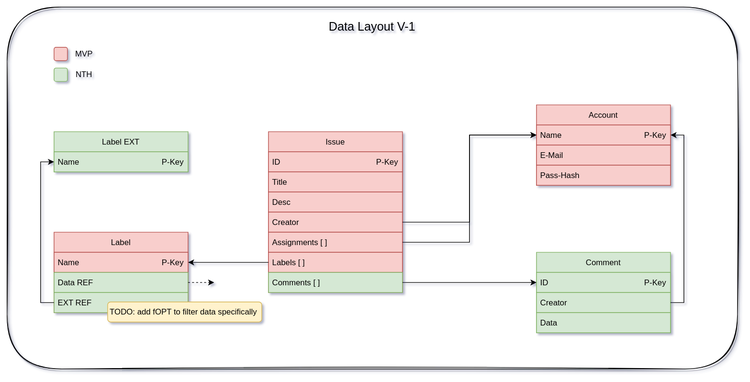
julilili42/ViewBoard keeps this draw.io diagram as prototyping/Data_Layout.svg. Above is the earlier version. Source tidied: cells renumbered, new cells last; positions are measured from the earlier drawing's top-left corner, leaving out a move shared by most shapes.
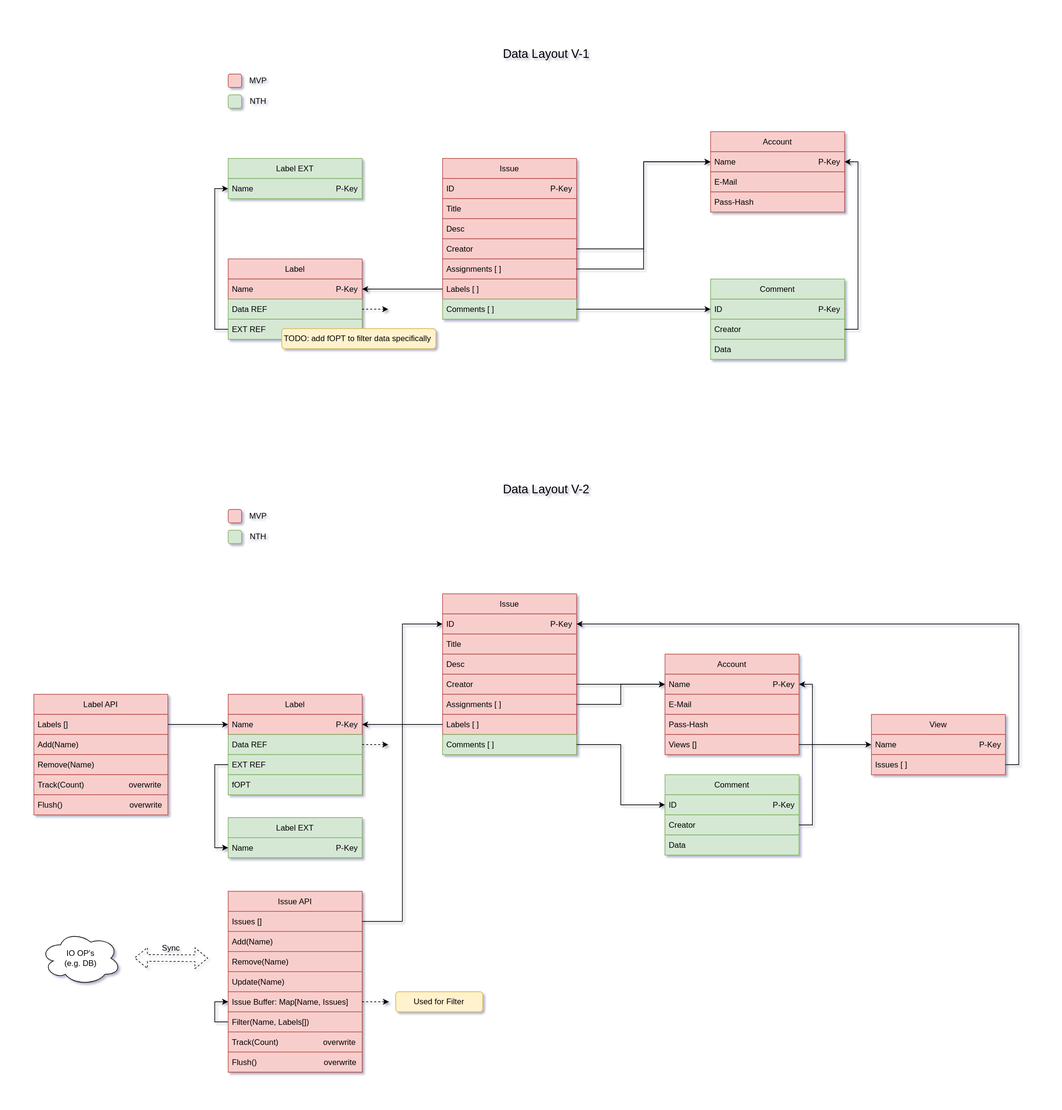
After the commit.

The edit, as a diff of the source:
```diff
@@ -2,9 +2,6 @@
   <root>
     <mxCell id="0" />
     <mxCell id="1" parent="0" />
-    <mxCell id="2" style="rounded=1;whiteSpace=wrap;html=1;hachureGap=4;fontFamily=Architects Daughter;fontSource=https%3A%2F%2Ffonts.googleapis.com%2Fcss%3Ffamily%3DArchitects%2BDaughter;fontSize=20;glass=0;sketch=1;shadow=1;fillColor=none;" parent="1" vertex="1">
-      <mxGeometry width="1090" height="540" as="geometry" />
-    </mxCell>
     <mxCell id="3" value="Account" style="swimlane;fontStyle=0;horizontal=1;startSize=30;swimlaneFillColor=default;fillColor=#f8cecc;strokeColor=#b85450;" parent="1" vertex="1">
       <mxGeometry x="790" y="146" width="200" height="120" as="geometry" />
     </mxCell>
@@ -112,5 +109,209 @@
     <mxCell id="37" value="TODO: add fOPT to filter data specifically&amp;nbsp;" style="text;html=1;align=center;verticalAlign=middle;whiteSpace=wrap;rounded=1;fillColor=#fff2cc;strokeColor=#d6b656;" parent="1" vertex="1">
       <mxGeometry x="150" y="440" width="230" height="30" as="geometry" />
     </mxCell>
+    <mxCell id="38" value="Account" style="swimlane;fontStyle=0;horizontal=1;startSize=30;swimlaneFillColor=default;fillColor=#f8cecc;strokeColor=#b85450;" parent="1" vertex="1">
+      <mxGeometry x="722" y="926" width="200" height="150" as="geometry" />
+    </mxCell>
+    <mxCell id="39" value="Name                                     P-Key" style="text;strokeColor=#b85450;fillColor=#f8cecc;align=left;verticalAlign=middle;spacingLeft=4;spacingRight=4;overflow=hidden;points=[[0,0.5],[1,0.5]];portConstraint=eastwest;" parent="38" vertex="1">
+      <mxGeometry y="30" width="200" height="30" as="geometry" />
+    </mxCell>
+    <mxCell id="40" value="E-Mail" style="text;strokeColor=#b85450;fillColor=#f8cecc;align=left;verticalAlign=middle;spacingLeft=4;spacingRight=4;overflow=hidden;" parent="38" vertex="1">
+      <mxGeometry y="60" width="200" height="30" as="geometry" />
+    </mxCell>
+    <mxCell id="41" value="Pass-Hash" style="text;strokeColor=#b85450;fillColor=#f8cecc;align=left;verticalAlign=middle;spacingLeft=4;spacingRight=4;overflow=hidden;" parent="38" vertex="1">
+      <mxGeometry y="90" width="200" height="30" as="geometry" />
+    </mxCell>
+    <mxCell id="42" value="Views []" style="text;strokeColor=#b85450;fillColor=#f8cecc;align=left;verticalAlign=middle;spacingLeft=4;spacingRight=4;overflow=hidden;points=[[0,0.5],[1,0.5]];portConstraint=eastwest;" parent="38" vertex="1">
+      <mxGeometry y="120" width="200" height="30" as="geometry" />
+    </mxCell>
+    <mxCell id="43" value="Issue" style="swimlane;fontStyle=0;horizontal=1;startSize=30;swimlaneFillColor=default;fillColor=#f8cecc;strokeColor=#b85450;" parent="1" vertex="1">
+      <mxGeometry x="390" y="836" width="200" height="240" as="geometry" />
+    </mxCell>
+    <mxCell id="44" value="ID                                           P-Key" style="text;strokeColor=#b85450;fillColor=#f8cecc;align=left;verticalAlign=middle;spacingLeft=4;spacingRight=4;overflow=hidden;points=[[0,0.5],[1,0.5]];portConstraint=eastwest;" parent="43" vertex="1">
+      <mxGeometry y="30" width="200" height="30" as="geometry" />
+    </mxCell>
+    <mxCell id="45" value="Title" style="text;strokeColor=#b85450;fillColor=#f8cecc;align=left;verticalAlign=middle;spacingLeft=4;spacingRight=4;overflow=hidden;" parent="43" vertex="1">
+      <mxGeometry y="60" width="200" height="30" as="geometry" />
+    </mxCell>
+    <mxCell id="46" value="Desc" style="text;strokeColor=#b85450;fillColor=#f8cecc;align=left;verticalAlign=middle;spacingLeft=4;spacingRight=4;overflow=hidden;" parent="43" vertex="1">
+      <mxGeometry y="90" width="200" height="30" as="geometry" />
+    </mxCell>
+    <mxCell id="47" value="Creator" style="text;strokeColor=#b85450;fillColor=#f8cecc;align=left;verticalAlign=middle;spacingLeft=4;spacingRight=4;overflow=hidden;points=[[0,0.5],[1,0.5]];portConstraint=eastwest;" parent="43" vertex="1">
+      <mxGeometry y="120" width="200" height="30" as="geometry" />
+    </mxCell>
+    <mxCell id="48" value="Assignments [ ]" style="text;strokeColor=#b85450;fillColor=#f8cecc;align=left;verticalAlign=middle;spacingLeft=4;spacingRight=4;overflow=hidden;points=[[0,0.5],[1,0.5]];portConstraint=eastwest;" parent="43" vertex="1">
+      <mxGeometry y="150" width="200" height="30" as="geometry" />
+    </mxCell>
+    <mxCell id="49" value="Labels [ ]" style="text;strokeColor=#b85450;fillColor=#f8cecc;align=left;verticalAlign=middle;spacingLeft=4;spacingRight=4;overflow=hidden;points=[[0,0.5],[1,0.5]];portConstraint=eastwest;" parent="43" vertex="1">
+      <mxGeometry y="180" width="200" height="30" as="geometry" />
+    </mxCell>
+    <mxCell id="50" value="Comments [ ]" style="text;strokeColor=#82b366;fillColor=#d5e8d4;align=left;verticalAlign=middle;spacingLeft=4;spacingRight=4;overflow=hidden;points=[[0,0.5],[1,0.5]];portConstraint=eastwest;" parent="43" vertex="1">
+      <mxGeometry y="210" width="200" height="30" as="geometry" />
+    </mxCell>
+    <mxCell id="51" value="Label" style="swimlane;fontStyle=0;horizontal=1;startSize=30;swimlaneFillColor=default;fillColor=#f8cecc;strokeColor=#b85450;" parent="1" vertex="1">
+      <mxGeometry x="70" y="986" width="200" height="150" as="geometry" />
+    </mxCell>
+    <mxCell id="52" value="Name                                     P-Key" style="text;strokeColor=#b85450;fillColor=#f8cecc;align=left;verticalAlign=middle;spacingLeft=4;spacingRight=4;overflow=hidden;points=[[0,0.5],[1,0.5]];portConstraint=eastwest;" parent="51" vertex="1">
+      <mxGeometry y="30" width="200" height="30" as="geometry" />
+    </mxCell>
+    <mxCell id="53" value="Data REF" style="text;strokeColor=#82b366;fillColor=#d5e8d4;align=left;verticalAlign=middle;spacingLeft=4;spacingRight=4;overflow=hidden;points=[[0,0.5],[1,0.5]];portConstraint=eastwest;" parent="51" vertex="1">
+      <mxGeometry y="60" width="200" height="30" as="geometry" />
+    </mxCell>
+    <mxCell id="54" value="EXT REF" style="text;strokeColor=#82b366;fillColor=#d5e8d4;align=left;verticalAlign=middle;spacingLeft=4;spacingRight=4;overflow=hidden;points=[[0,0.5],[1,0.5]];portConstraint=eastwest;" parent="51" vertex="1">
+      <mxGeometry y="90" width="200" height="30" as="geometry" />
+    </mxCell>
+    <mxCell id="55" value="fOPT" style="text;strokeColor=#82b366;fillColor=#d5e8d4;align=left;verticalAlign=middle;spacingLeft=4;spacingRight=4;overflow=hidden;" parent="51" vertex="1">
+      <mxGeometry y="120" width="200" height="30" as="geometry" />
+    </mxCell>
+    <mxCell id="56" style="edgeStyle=orthogonalEdgeStyle;rounded=0;jettySize=auto;html=1;exitX=0;exitY=0.5;exitDx=0;exitDy=0;entryX=1;entryY=0.5;entryDx=0;entryDy=0;" parent="1" edge="1" source="49" target="52">
+      <mxGeometry relative="1" as="geometry" />
+    </mxCell>
+    <mxCell id="57" style="edgeStyle=orthogonalEdgeStyle;rounded=0;jettySize=auto;html=1;exitX=1;exitY=0.5;exitDx=0;exitDy=0;entryX=0;entryY=0.5;entryDx=0;entryDy=0;" parent="1" edge="1" source="47" target="39">
+      <mxGeometry relative="1" as="geometry" />
+    </mxCell>
+    <mxCell id="58" style="edgeStyle=orthogonalEdgeStyle;rounded=0;jettySize=auto;html=1;exitX=1;exitY=0.5;exitDx=0;exitDy=0;entryX=0;entryY=0.5;entryDx=0;entryDy=0;" parent="1" edge="1" source="48" target="39">
+      <mxGeometry relative="1" as="geometry" />
+    </mxCell>
+    <mxCell id="59" value="Label EXT" style="swimlane;fontStyle=0;horizontal=1;startSize=30;swimlaneFillColor=default;fillColor=#d5e8d4;strokeColor=#82b366;" parent="1" vertex="1">
+      <mxGeometry x="70" y="1170" width="200" height="60" as="geometry" />
+    </mxCell>
+    <mxCell id="60" value="Name                                     P-Key" style="text;strokeColor=#82b366;fillColor=#d5e8d4;align=left;verticalAlign=middle;spacingLeft=4;spacingRight=4;overflow=hidden;points=[[0,0.5],[1,0.5]];portConstraint=eastwest;" parent="59" vertex="1">
+      <mxGeometry y="30" width="200" height="30" as="geometry" />
+    </mxCell>
+    <mxCell id="61" style="edgeStyle=orthogonalEdgeStyle;rounded=0;jettySize=auto;html=1;exitX=0;exitY=0.5;exitDx=0;exitDy=0;entryX=0;entryY=0.5;entryDx=0;entryDy=0;" parent="1" edge="1" source="54" target="60">
+      <mxGeometry relative="1" as="geometry" />
+    </mxCell>
+    <mxCell id="62" value="Comment" style="swimlane;fontStyle=0;horizontal=1;startSize=30;swimlaneFillColor=default;fillColor=#d5e8d4;strokeColor=#82b366;" parent="1" vertex="1">
+      <mxGeometry x="722" y="1106" width="200" height="120" as="geometry" />
+    </mxCell>
+    <mxCell id="63" value="ID                                           P-Key" style="text;strokeColor=#82b366;fillColor=#d5e8d4;align=left;verticalAlign=middle;spacingLeft=4;spacingRight=4;overflow=hidden;points=[[0,0.5],[1,0.5]];portConstraint=eastwest;" parent="62" vertex="1">
+      <mxGeometry y="30" width="200" height="30" as="geometry" />
+    </mxCell>
+    <mxCell id="64" value="Creator" style="text;strokeColor=#82b366;fillColor=#d5e8d4;align=left;verticalAlign=middle;spacingLeft=4;spacingRight=4;overflow=hidden;points=[[0,0.5],[1,0.5]];portConstraint=eastwest;" parent="62" vertex="1">
+      <mxGeometry y="60" width="200" height="30" as="geometry" />
+    </mxCell>
+    <mxCell id="65" value="Data" style="text;strokeColor=#82b366;fillColor=#d5e8d4;align=left;verticalAlign=middle;spacingLeft=4;spacingRight=4;overflow=hidden;" parent="62" vertex="1">
+      <mxGeometry y="90" width="200" height="30" as="geometry" />
+    </mxCell>
+    <mxCell id="66" style="rounded=1;whiteSpace=wrap;html=1;strokeColor=#b85450;fillColor=#f8cecc;" parent="1" vertex="1">
+      <mxGeometry x="70" y="710" width="20" height="20" as="geometry" />
+    </mxCell>
+    <mxCell id="67" value="MVP" style="text;html=1;strokeColor=none;fillColor=none;align=center;verticalAlign=middle;whiteSpace=wrap;rounded=0;" parent="1" vertex="1">
+      <mxGeometry x="90" y="710" width="50" height="20" as="geometry" />
+    </mxCell>
+    <mxCell id="68" style="rounded=1;whiteSpace=wrap;html=1;strokeColor=#82b366;fillColor=#d5e8d4;" parent="1" vertex="1">
+      <mxGeometry x="70" y="741" width="20" height="20" as="geometry" />
+    </mxCell>
+    <mxCell id="69" value="NTH" style="text;html=1;strokeColor=none;fillColor=none;align=center;verticalAlign=middle;whiteSpace=wrap;rounded=0;" parent="1" vertex="1">
+      <mxGeometry x="90" y="741" width="50" height="20" as="geometry" />
+    </mxCell>
+    <mxCell id="70" style="edgeStyle=orthogonalEdgeStyle;rounded=0;jettySize=auto;html=1;exitX=1;exitY=0.5;exitDx=0;exitDy=0;entryX=0;entryY=0.5;entryDx=0;entryDy=0;" parent="1" edge="1" source="50" target="63">
+      <mxGeometry relative="1" as="geometry" />
+    </mxCell>
+    <mxCell id="71" style="edgeStyle=orthogonalEdgeStyle;rounded=0;jettySize=auto;html=1;exitX=1;exitY=0.5;exitDx=0;exitDy=0;entryX=1;entryY=0.5;entryDx=0;entryDy=0;" parent="1" edge="1" source="64" target="39">
+      <mxGeometry relative="1" as="geometry" />
+    </mxCell>
+    <mxCell id="72" value="Data Layout V-2" style="text;html=1;strokeColor=none;fillColor=none;align=center;verticalAlign=middle;whiteSpace=wrap;rounded=0;fontSize=18;" parent="1" vertex="1">
+      <mxGeometry y="650" width="1090" height="60" as="geometry" />
+    </mxCell>
+    <mxCell id="73" style="edgeStyle=orthogonalEdgeStyle;rounded=0;jettySize=auto;html=1;exitX=1;exitY=0.5;exitDx=0;exitDy=0;dashed=1;" parent="1" edge="1" source="53">
+      <mxGeometry relative="1" as="geometry">
+        <mxPoint x="309" y="1061" as="targetPoint" />
+      </mxGeometry>
+    </mxCell>
+    <mxCell id="74" value="View" style="swimlane;fontStyle=0;horizontal=1;startSize=30;swimlaneFillColor=default;fillColor=#f8cecc;strokeColor=#b85450;" parent="1" vertex="1">
+      <mxGeometry x="1030" y="1016" width="200" height="90" as="geometry" />
+    </mxCell>
+    <mxCell id="75" value="Name                                     P-Key" style="text;strokeColor=#b85450;fillColor=#f8cecc;align=left;verticalAlign=middle;spacingLeft=4;spacingRight=4;overflow=hidden;points=[[0,0.5],[1,0.5]];portConstraint=eastwest;" parent="74" vertex="1">
+      <mxGeometry y="30" width="200" height="30" as="geometry" />
+    </mxCell>
+    <mxCell id="76" value="Issues [ ]" style="text;strokeColor=#b85450;fillColor=#f8cecc;align=left;verticalAlign=middle;spacingLeft=4;spacingRight=4;overflow=hidden;points=[[0,0.5],[1,0.5]];portConstraint=eastwest;" parent="74" vertex="1">
+      <mxGeometry y="60" width="200" height="30" as="geometry" />
+    </mxCell>
+    <mxCell id="77" style="edgeStyle=orthogonalEdgeStyle;rounded=0;jettySize=auto;html=1;exitX=1;exitY=0.5;exitDx=0;exitDy=0;entryX=0;entryY=0.5;entryDx=0;entryDy=0;" parent="1" edge="1" source="42" target="75">
+      <mxGeometry relative="1" as="geometry" />
+    </mxCell>
+    <mxCell id="78" style="edgeStyle=orthogonalEdgeStyle;rounded=0;jettySize=auto;html=1;exitX=1;exitY=0.5;exitDx=0;exitDy=0;entryX=1;entryY=0.5;entryDx=0;entryDy=0;" parent="1" edge="1" source="76" target="44">
+      <mxGeometry relative="1" as="geometry" />
+    </mxCell>
+    <mxCell id="79" value="IO OP's&lt;br&gt;(e.g. DB)" style="ellipse;shape=cloud;whiteSpace=wrap;html=1;" parent="1" vertex="1">
+      <mxGeometry x="-210" y="1340" width="120" height="80" as="geometry" />
+    </mxCell>
+    <mxCell id="80" style="shape=flexArrow;endArrow=classic;startArrow=classic;html=1;rounded=0;dashed=1;" parent="1" edge="1">
+      <mxGeometry relative="1" as="geometry">
+        <mxPoint x="-70" y="1379.5" as="sourcePoint" />
+        <mxPoint x="40" y="1380" as="targetPoint" />
+      </mxGeometry>
+    </mxCell>
+    <mxCell id="81" value="Issue API" style="swimlane;fontStyle=0;horizontal=1;startSize=30;swimlaneFillColor=default;fillColor=#f8cecc;strokeColor=#b85450;" parent="1" vertex="1">
+      <mxGeometry x="70" y="1280" width="200" height="270" as="geometry" />
+    </mxCell>
+    <mxCell id="82" value="Issues []" style="text;strokeColor=#b85450;fillColor=#f8cecc;align=left;verticalAlign=middle;spacingLeft=4;spacingRight=4;overflow=hidden;points=[[0,0.5],[1,0.5]];portConstraint=eastwest;" parent="81" vertex="1">
+      <mxGeometry y="30" width="200" height="30" as="geometry" />
+    </mxCell>
+    <mxCell id="83" value="Add(Name)" style="text;strokeColor=#b85450;fillColor=#f8cecc;align=left;verticalAlign=middle;spacingLeft=4;spacingRight=4;overflow=hidden;" parent="81" vertex="1">
+      <mxGeometry y="60" width="200" height="30" as="geometry" />
+    </mxCell>
+    <mxCell id="84" value="Remove(Name)" style="text;strokeColor=#b85450;fillColor=#f8cecc;align=left;verticalAlign=middle;spacingLeft=4;spacingRight=4;overflow=hidden;" parent="81" vertex="1">
+      <mxGeometry y="90" width="200" height="30" as="geometry" />
+    </mxCell>
+    <mxCell id="85" value="Update(Name)" style="text;strokeColor=#b85450;fillColor=#f8cecc;align=left;verticalAlign=middle;spacingLeft=4;spacingRight=4;overflow=hidden;" parent="81" vertex="1">
+      <mxGeometry y="120" width="200" height="30" as="geometry" />
+    </mxCell>
+    <mxCell id="86" value="Issue Buffer: Map[Name, Issues]" style="text;strokeColor=#b85450;fillColor=#f8cecc;align=left;verticalAlign=middle;spacingLeft=4;spacingRight=4;overflow=hidden;points=[[0,0.5],[1,0.5]];portConstraint=eastwest;" parent="81" vertex="1">
+      <mxGeometry y="150" width="200" height="30" as="geometry" />
+    </mxCell>
+    <mxCell id="87" style="edgeStyle=orthogonalEdgeStyle;rounded=0;jettySize=auto;html=1;exitX=0;exitY=0.5;exitDx=0;exitDy=0;entryX=0;entryY=0.5;entryDx=0;entryDy=0;endArrow=classic;endFill=1;" parent="81" edge="1" source="88" target="86">
+      <mxGeometry relative="1" as="geometry">
+        <Array as="points">
+          <mxPoint x="-20" y="195" />
+          <mxPoint x="-20" y="165" />
+        </Array>
+      </mxGeometry>
+    </mxCell>
+    <mxCell id="88" value="Filter(Name, Labels[])" style="text;strokeColor=#b85450;fillColor=#f8cecc;align=left;verticalAlign=middle;spacingLeft=4;spacingRight=4;overflow=hidden;points=[[0,0.5],[1,0.5]];portConstraint=eastwest;" parent="81" vertex="1">
+      <mxGeometry y="180" width="200" height="30" as="geometry" />
+    </mxCell>
+    <mxCell id="89" value="Track(Count)                    overwrite" style="text;strokeColor=#b85450;fillColor=#f8cecc;align=left;verticalAlign=middle;spacingLeft=4;spacingRight=4;overflow=hidden;" parent="81" vertex="1">
+      <mxGeometry y="210" width="200" height="30" as="geometry" />
+    </mxCell>
+    <mxCell id="90" value="Flush()                              overwrite" style="text;strokeColor=#b85450;fillColor=#f8cecc;align=left;verticalAlign=middle;spacingLeft=4;spacingRight=4;overflow=hidden;" parent="81" vertex="1">
+      <mxGeometry y="240" width="200" height="30" as="geometry" />
+    </mxCell>
+    <mxCell id="91" value="Used for Filter" style="text;html=1;align=center;verticalAlign=middle;whiteSpace=wrap;rounded=1;fillColor=#fff2cc;strokeColor=#d6b656;" parent="1" vertex="1">
+      <mxGeometry x="320" y="1430" width="130" height="30" as="geometry" />
+    </mxCell>
+    <mxCell id="92" value="Sync" style="text;html=1;strokeColor=none;fillColor=none;align=center;verticalAlign=middle;whiteSpace=wrap;rounded=0;" parent="1" vertex="1">
+      <mxGeometry x="-50" y="1360" width="70" height="10" as="geometry" />
+    </mxCell>
+    <mxCell id="93" style="edgeStyle=orthogonalEdgeStyle;rounded=0;jettySize=auto;html=1;exitX=1;exitY=0.5;exitDx=0;exitDy=0;entryX=0;entryY=0.5;entryDx=0;entryDy=0;endArrow=classic;endFill=1;" parent="1" edge="1" source="82" target="44">
+      <mxGeometry relative="1" as="geometry" />
+    </mxCell>
+    <mxCell id="94" value="Label API" style="swimlane;fontStyle=0;horizontal=1;startSize=30;swimlaneFillColor=default;fillColor=#f8cecc;strokeColor=#b85450;" parent="1" vertex="1">
+      <mxGeometry x="-220" y="986" width="200" height="180" as="geometry" />
+    </mxCell>
+    <mxCell id="95" value="Labels []" style="text;strokeColor=#b85450;fillColor=#f8cecc;align=left;verticalAlign=middle;spacingLeft=4;spacingRight=4;overflow=hidden;points=[[0,0.5],[1,0.5]];portConstraint=eastwest;" parent="94" vertex="1">
+      <mxGeometry y="30" width="200" height="30" as="geometry" />
+    </mxCell>
+    <mxCell id="96" value="Add(Name)" style="text;strokeColor=#b85450;fillColor=#f8cecc;align=left;verticalAlign=middle;spacingLeft=4;spacingRight=4;overflow=hidden;" parent="94" vertex="1">
+      <mxGeometry y="60" width="200" height="30" as="geometry" />
+    </mxCell>
+    <mxCell id="97" value="Remove(Name)" style="text;strokeColor=#b85450;fillColor=#f8cecc;align=left;verticalAlign=middle;spacingLeft=4;spacingRight=4;overflow=hidden;" parent="94" vertex="1">
+      <mxGeometry y="90" width="200" height="30" as="geometry" />
+    </mxCell>
+    <mxCell id="98" value="Track(Count)                    overwrite" style="text;strokeColor=#b85450;fillColor=#f8cecc;align=left;verticalAlign=middle;spacingLeft=4;spacingRight=4;overflow=hidden;" parent="94" vertex="1">
+      <mxGeometry y="120" width="200" height="30" as="geometry" />
+    </mxCell>
+    <mxCell id="99" value="Flush()                              overwrite" style="text;strokeColor=#b85450;fillColor=#f8cecc;align=left;verticalAlign=middle;spacingLeft=4;spacingRight=4;overflow=hidden;" parent="94" vertex="1">
+      <mxGeometry y="150" width="200" height="30" as="geometry" />
+    </mxCell>
+    <mxCell id="100" style="edgeStyle=orthogonalEdgeStyle;rounded=0;jettySize=auto;html=1;exitX=1;exitY=0.5;exitDx=0;exitDy=0;entryX=0;entryY=0.5;entryDx=0;entryDy=0;endArrow=classic;endFill=1;" parent="1" edge="1" source="95" target="52">
+      <mxGeometry relative="1" as="geometry" />
+    </mxCell>
+    <mxCell id="101" style="edgeStyle=orthogonalEdgeStyle;rounded=0;jettySize=auto;html=1;exitX=1;exitY=0.5;exitDx=0;exitDy=0;dashed=1;" parent="1" edge="1" source="86">
+      <mxGeometry relative="1" as="geometry">
+        <mxPoint x="310" y="1445" as="targetPoint" />
+      </mxGeometry>
+    </mxCell>
   </root>
 </mxGraphModel>
```
